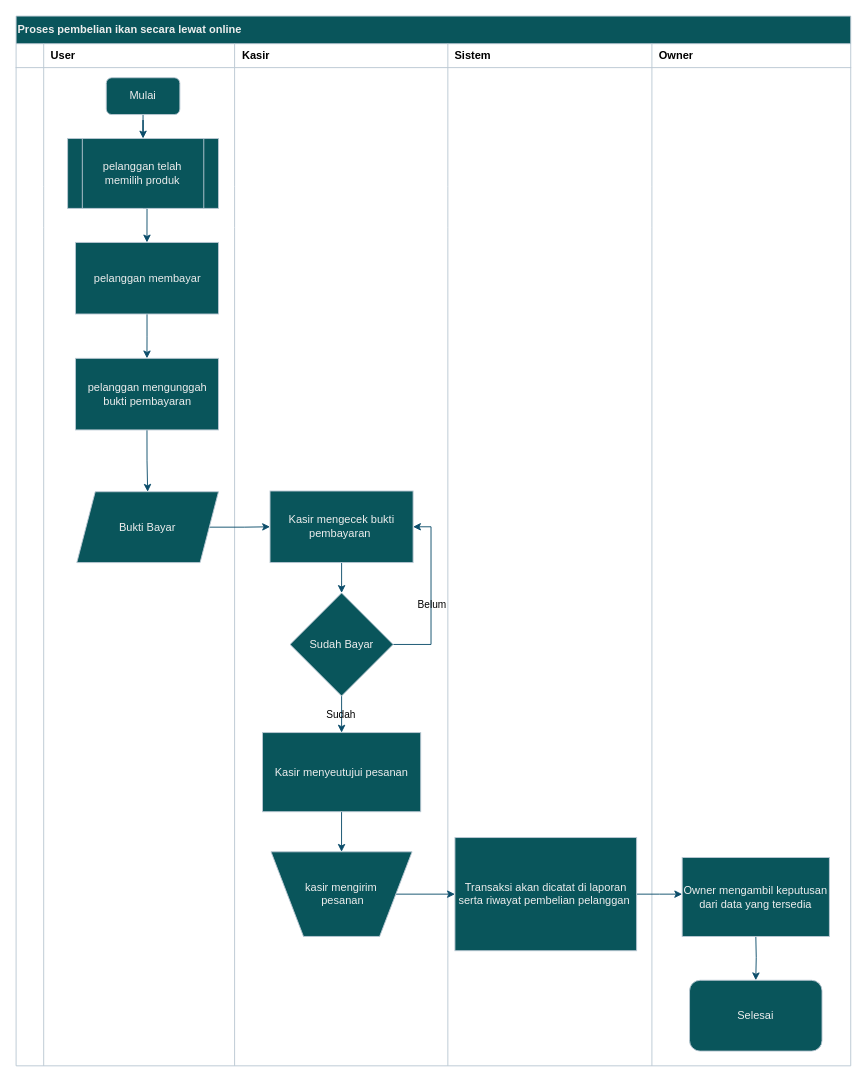
Above: beli onlien.drawio in shinoaaa/drawio (draw.io), before the change. Source tidied: cells renumbered, new cells numbered last; positions are measured from the earlier drawing's top-left corner, leaving out a move shared by most shapes. Both pictures are drawn from the tidied source at 92%, with x=0, y=0 at pixel (16, 16).
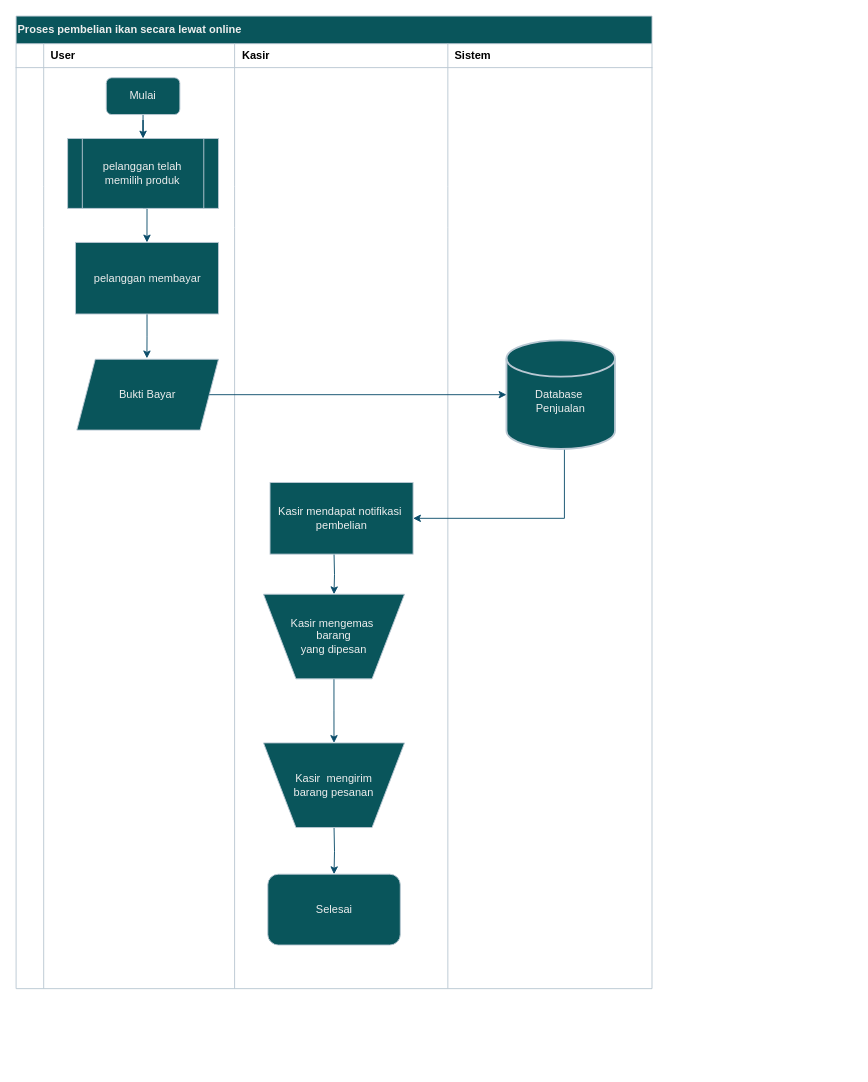
The same page after the edit.

The change refers to these unchanged cells:
```xml
<mxCell id="48" value="pelanggan membayar" style="rounded=0;whiteSpace=wrap;html=1;strokeColor=#BAC8D3;fontColor=#EEEEEE;fillColor=#09555B;labelBackgroundColor=none;" parent="1" vertex="1">
  <mxGeometry x="64.5" y="246" width="155.5" height="77.8" as="geometry" />
</mxCell>
```

The edit, as a diff of the source:
```diff
@@
     <mxCell id="2" value="Proses pembelian ikan secara lewat online" style="shape=table;startSize=30;childLayout=tableLayout;rowLines=0;fontStyle=1;align=left;html=1;strokeColor=#BAC8D3;fontColor=#EEEEEE;fillColor=#09555B;labelBackgroundColor=none;" parent="1" vertex="1">
-      <mxGeometry width="907.2" height="1141" as="geometry" />
+      <mxGeometry width="691.2" height="1057.1" as="geometry" />
     </mxCell>
     <mxCell id="3" style="shape=tableRow;horizontal=0;startSize=0;swimlaneHead=0;swimlaneBody=0;fillColor=none;top=0;left=0;right=0;bottom=1;strokeColor=#BAC8D3;fontColor=#EEEEEE;labelBackgroundColor=none;" parent="2" vertex="1">
-      <mxGeometry y="30" width="907.2" height="26" as="geometry" />
+      <mxGeometry y="30" width="691.2" height="26" as="geometry" />
     </mxCell>
@@
-    <mxCell id="8" value="&lt;font style=&quot;color: light-dark(rgb(0, 0, 0), rgb(0, 0, 0));&quot;&gt;Owner&lt;/font&gt;" style="shape=partialRectangle;fillColor=none;top=0;left=0;bottom=0;right=0;align=left;spacingLeft=6;fontStyle=1;overflow=hidden;whiteSpace=wrap;html=1;strokeColor=#BAC8D3;fontColor=#EEEEEE;labelBackgroundColor=none;" parent="3" vertex="1">
-      <mxGeometry x="691.2" width="216.1" height="26" as="geometry" />
-    </mxCell>
     <mxCell id="9" style="shape=tableRow;horizontal=0;startSize=0;swimlaneHead=0;swimlaneBody=0;fillColor=none;top=0;left=0;right=0;bottom=0;strokeColor=#BAC8D3;fontColor=#EEEEEE;labelBackgroundColor=none;" parent="2" vertex="1">
-      <mxGeometry y="56" width="907.2" height="129" as="geometry" />
+      <mxGeometry y="56" width="691.2" height="129" as="geometry" />
     </mxCell>
@@
-    <mxCell id="14" style="shape=partialRectangle;fillColor=none;top=0;left=0;bottom=0;right=0;align=left;spacingLeft=6;overflow=hidden;whiteSpace=wrap;html=1;strokeColor=#BAC8D3;fontColor=#EEEEEE;labelBackgroundColor=none;" parent="9" vertex="1">
-      <mxGeometry x="691.2" width="216.1" height="129" as="geometry" />
-    </mxCell>
     <mxCell id="15" style="shape=tableRow;horizontal=0;startSize=0;swimlaneHead=0;swimlaneBody=0;fillColor=none;top=0;left=0;right=0;bottom=0;strokeColor=#BAC8D3;fontColor=#EEEEEE;labelBackgroundColor=none;" parent="2" vertex="1">
-      <mxGeometry y="185" width="907.2" height="45" as="geometry" />
+      <mxGeometry y="185" width="691.2" height="45" as="geometry" />
     </mxCell>
@@
-    <mxCell id="20" style="shape=partialRectangle;fillColor=none;top=0;left=0;bottom=0;right=0;align=left;spacingLeft=6;overflow=hidden;whiteSpace=wrap;html=1;strokeColor=#BAC8D3;fontColor=#EEEEEE;labelBackgroundColor=none;" parent="15" vertex="1">
-      <mxGeometry x="691.2" width="216.1" height="45" as="geometry" />
-    </mxCell>
     <mxCell id="21" style="shape=tableRow;horizontal=0;startSize=0;swimlaneHead=0;swimlaneBody=0;fillColor=none;top=0;left=0;right=0;bottom=0;strokeColor=#BAC8D3;fontColor=#EEEEEE;labelBackgroundColor=none;" parent="2" vertex="1">
-      <mxGeometry y="230" width="907.2" height="911" as="geometry" />
+      <mxGeometry y="230" width="691.2" height="827" as="geometry" />
     </mxCell>
     <mxCell id="22" style="shape=partialRectangle;fillColor=none;top=0;left=0;bottom=0;right=0;overflow=hidden;whiteSpace=wrap;html=1;strokeColor=#BAC8D3;fontColor=#EEEEEE;labelBackgroundColor=none;" parent="21" vertex="1">
-      <mxGeometry width="30" height="911" as="geometry" />
+      <mxGeometry width="30" height="827" as="geometry" />
     </mxCell>
     <mxCell id="23" style="shape=partialRectangle;fillColor=none;top=0;left=0;bottom=0;right=0;align=left;spacingLeft=6;overflow=hidden;whiteSpace=wrap;html=1;strokeColor=#BAC8D3;fontColor=#EEEEEE;labelBackgroundColor=none;" parent="21" vertex="1">
-      <mxGeometry x="30" width="207.5" height="911" as="geometry" />
+      <mxGeometry x="30" width="207.5" height="827" as="geometry" />
     </mxCell>
     <mxCell id="24" style="shape=partialRectangle;fillColor=none;top=0;left=0;bottom=0;right=0;align=left;spacingLeft=6;overflow=hidden;whiteSpace=wrap;html=1;strokeColor=#BAC8D3;fontColor=#EEEEEE;labelBackgroundColor=none;" parent="21" vertex="1">
-      <mxGeometry x="237.5" width="231.8" height="911" as="geometry" />
+      <mxGeometry x="237.5" width="231.8" height="827" as="geometry" />
     </mxCell>
     <mxCell id="25" style="shape=partialRectangle;fillColor=none;top=0;left=0;bottom=0;right=0;align=left;spacingLeft=6;overflow=hidden;whiteSpace=wrap;html=1;strokeColor=#BAC8D3;fontColor=#EEEEEE;labelBackgroundColor=none;" parent="21" vertex="1">
-      <mxGeometry x="469.4" width="221.8" height="911" as="geometry" />
+      <mxGeometry x="469.4" width="221.8" height="827" as="geometry" />
     </mxCell>
-    <mxCell id="26" style="shape=partialRectangle;fillColor=none;top=0;left=0;bottom=0;right=0;align=left;spacingLeft=6;overflow=hidden;whiteSpace=wrap;html=1;strokeColor=#BAC8D3;fontColor=#EEEEEE;labelBackgroundColor=none;" parent="21" vertex="1">
-      <mxGeometry x="691.2" width="216.1" height="911" as="geometry" />
-    </mxCell>
@@
-    <mxCell id="30" style="edgeStyle=orthogonalEdgeStyle;rounded=0;jettySize=auto;html=1;entryX=0.5;entryY=0;entryDx=0;entryDy=0;strokeColor=#0B4D6A;labelBackgroundColor=none;fontColor=default;exitX=0.5;exitY=1;exitDx=0;exitDy=0;" parent="1" edge="1" source="49" target="32">
-      <mxGeometry relative="1" as="geometry" />
-    </mxCell>
-    <mxCell id="31" style="edgeStyle=orthogonalEdgeStyle;rounded=0;jettySize=auto;html=1;entryX=0;entryY=0.5;entryDx=0;entryDy=0;strokeColor=#0B4D6A;labelBackgroundColor=none;fontColor=default;" parent="1" edge="1" source="32" target="34">
-      <mxGeometry relative="1" as="geometry" />
-    </mxCell>
     <mxCell id="32" value="Bukti Bayar" style="shape=parallelogram;perimeter=parallelogramPerimeter;whiteSpace=wrap;html=1;fixedSize=1;strokeColor=#BAC8D3;fontColor=#EEEEEE;fillColor=#09555B;labelBackgroundColor=none;" parent="1" vertex="1">
-      <mxGeometry x="66" y="517" width="154" height="77" as="geometry" />
+      <mxGeometry x="66" y="373" width="154" height="77" as="geometry" />
     </mxCell>
-    <mxCell id="33" style="edgeStyle=orthogonalEdgeStyle;rounded=0;jettySize=auto;html=1;entryX=0.5;entryY=0;entryDx=0;entryDy=0;strokeColor=#0B4D6A;labelBackgroundColor=none;fontColor=default;" parent="1" edge="1" source="34" target="39">
-      <mxGeometry relative="1" as="geometry" />
-    </mxCell>
-    <mxCell id="34" value="Kasir mengecek bukti pembayaran&amp;nbsp;" style="rounded=0;whiteSpace=wrap;html=1;strokeColor=#BAC8D3;fontColor=#EEEEEE;fillColor=#09555B;labelBackgroundColor=none;" parent="1" vertex="1">
-      <mxGeometry x="276" y="516.2" width="155.5" height="77.8" as="geometry" />
-    </mxCell>
-    <mxCell id="35" style="edgeStyle=orthogonalEdgeStyle;rounded=0;jettySize=auto;html=1;entryX=1;entryY=0.5;entryDx=0;entryDy=0;strokeColor=#0B4D6A;labelBackgroundColor=none;fontColor=default;" parent="1" edge="1" source="39" target="34">
-      <mxGeometry relative="1" as="geometry">
-        <Array as="points">
-          <mxPoint x="451" y="683" />
-          <mxPoint x="451" y="555" />
-        </Array>
-      </mxGeometry>
-    </mxCell>
-    <mxCell id="36" value="&lt;font style=&quot;color: light-dark(rgb(0, 0, 0), rgb(4, 4, 4));&quot;&gt;Belum&lt;/font&gt;" style="edgeLabel;html=1;align=center;verticalAlign=middle;strokeColor=#BAC8D3;fontColor=#EEEEEE;fillColor=#09555B;labelBackgroundColor=none;" parent="35" vertex="1">
-      <mxGeometry x="-0.1" relative="1" as="geometry" />
-    </mxCell>
-    <mxCell id="37" style="edgeStyle=orthogonalEdgeStyle;rounded=0;jettySize=auto;html=1;entryX=0.5;entryY=0;entryDx=0;entryDy=0;strokeColor=#0B4D6A;labelBackgroundColor=none;fontColor=default;" parent="1" edge="1" source="39" target="41">
-      <mxGeometry relative="1" as="geometry" />
-    </mxCell>
-    <mxCell id="38" value="&lt;font style=&quot;color: light-dark(rgb(0, 0, 0), rgb(0, 0, 0));&quot;&gt;Sudah&lt;/font&gt;" style="edgeLabel;html=1;align=center;verticalAlign=middle;strokeColor=#BAC8D3;fontColor=#EEEEEE;fillColor=#09555B;labelBackgroundColor=none;" parent="37" vertex="1">
-      <mxGeometry x="-0.07" y="-1" relative="1" as="geometry" />
-    </mxCell>
-    <mxCell id="39" value="Sudah Bayar" style="rhombus;whiteSpace=wrap;html=1;strokeColor=#BAC8D3;fontColor=#EEEEEE;fillColor=#09555B;labelBackgroundColor=none;" parent="1" vertex="1">
-      <mxGeometry x="297.8" y="627" width="112" height="112" as="geometry" />
-    </mxCell>
-    <mxCell id="40" style="edgeStyle=orthogonalEdgeStyle;rounded=0;jettySize=auto;html=1;entryX=0.5;entryY=0;entryDx=0;entryDy=0;strokeColor=#0B4D6A;" parent="1" edge="1" source="41" target="51">
-      <mxGeometry relative="1" as="geometry" />
+    <mxCell id="40" style="edgeStyle=orthogonalEdgeStyle;rounded=0;jettySize=auto;html=1;entryX=0.5;entryY=0;entryDx=0;entryDy=0;strokeColor=#0B4D6A;labelBackgroundColor=none;fontColor=default;" parent="1" edge="1" target="51">
+      <mxGeometry relative="1" as="geometry">
+        <mxPoint x="345.6" y="584.8" as="sourcePoint" />
+      </mxGeometry>
     </mxCell>
-    <mxCell id="41" value="Kasir menyeutujui pesanan" style="rounded=0;whiteSpace=wrap;html=1;strokeColor=#BAC8D3;fontColor=#EEEEEE;fillColor=#09555B;labelBackgroundColor=none;" parent="1" vertex="1">
-      <mxGeometry x="267.8" y="778.8" width="172" height="86" as="geometry" />
-    </mxCell>
-    <mxCell id="42" style="edgeStyle=orthogonalEdgeStyle;rounded=0;jettySize=auto;html=1;entryX=0;entryY=0.5;entryDx=0;entryDy=0;strokeColor=#0B4D6A;" parent="1" edge="1" source="43">
-      <mxGeometry relative="1" as="geometry">
-        <mxPoint x="724" y="954.4" as="targetPoint" />
-      </mxGeometry>
-    </mxCell>
-    <mxCell id="43" value="Transaksi akan dicatat di laporan serta riwayat pembelian pelanggan&amp;nbsp;" style="rounded=0;whiteSpace=wrap;html=1;strokeColor=#BAC8D3;fontColor=#EEEEEE;fillColor=#09555B;labelBackgroundColor=none;" parent="1" vertex="1">
-      <mxGeometry x="477" y="892.9" width="197.5" height="123" as="geometry" />
-    </mxCell>
-    <mxCell id="44" style="edgeStyle=orthogonalEdgeStyle;rounded=0;jettySize=auto;html=1;entryX=0.5;entryY=0;entryDx=0;entryDy=0;strokeColor=#0B4D6A;" parent="1" edge="1" target="45">
+    <mxCell id="44" style="edgeStyle=orthogonalEdgeStyle;rounded=0;jettySize=auto;html=1;entryX=0.5;entryY=0;entryDx=0;entryDy=0;strokeColor=#0B4D6A;labelBackgroundColor=none;fontColor=default;" parent="1" edge="1" target="45">
       <mxGeometry relative="1" as="geometry">
-        <mxPoint x="804" y="997.3" as="sourcePoint" />
+        <mxPoint x="345.6" y="882" as="sourcePoint" />
       </mxGeometry>
     </mxCell>
     <mxCell id="45" value="Selesai" style="rounded=1;whiteSpace=wrap;html=1;strokeColor=#BAC8D3;fontColor=#EEEEEE;fillColor=#09555B;labelBackgroundColor=none;" parent="1" vertex="1">
-      <mxGeometry x="732" y="1048" width="144" height="77" as="geometry" />
+      <mxGeometry x="273.6" y="932.7" width="144" height="77" as="geometry" />
     </mxCell>
@@
-    <mxCell id="47" style="edgeStyle=orthogonalEdgeStyle;rounded=0;jettySize=auto;html=1;entryX=0.5;entryY=0;entryDx=0;entryDy=0;labelBackgroundColor=none;strokeColor=#0B4D6A;fontColor=default;" parent="1" edge="1" source="48" target="49">
-      <mxGeometry relative="1" as="geometry" />
+    <mxCell id="47" style="edgeStyle=orthogonalEdgeStyle;rounded=0;jettySize=auto;html=1;entryX=0.5;entryY=0;entryDx=0;entryDy=0;labelBackgroundColor=none;strokeColor=#0B4D6A;fontColor=default;" parent="1" edge="1" source="48">
+      <mxGeometry relative="1" as="geometry">
+        <mxPoint x="142.2" y="372" as="targetPoint" />
+      </mxGeometry>
     </mxCell>
@@
-    <mxCell id="49" value="pelanggan mengunggah bukti pembayaran" style="rounded=0;whiteSpace=wrap;html=1;strokeColor=#BAC8D3;fontColor=#EEEEEE;fillColor=#09555B;labelBackgroundColor=none;" parent="1" vertex="1">
-      <mxGeometry x="64.5" y="372" width="155.5" height="77.8" as="geometry" />
-    </mxCell>
-    <mxCell id="50" style="edgeStyle=orthogonalEdgeStyle;rounded=0;jettySize=auto;html=1;entryX=0;entryY=0.5;entryDx=0;entryDy=0;strokeColor=#0B4D6A;" parent="1" edge="1" source="51" target="43">
-      <mxGeometry relative="1" as="geometry" />
-    </mxCell>
+    <mxCell id="53" style="edgeStyle=orthogonalEdgeStyle;rounded=0;jettySize=auto;html=1;entryX=0.5;entryY=0;entryDx=0;entryDy=0;strokeColor=#0B4D6A;" parent="1" edge="1" source="51" target="58">
+      <mxGeometry relative="1" as="geometry" />
+    </mxCell>
-    <mxCell id="51" value="kasir mengirim&lt;div&gt;&amp;nbsp;pesanan&lt;/div&gt;" style="verticalLabelPosition=middle;verticalAlign=middle;html=1;shape=trapezoid;perimeter=trapezoidPerimeter;whiteSpace=wrap;size=0.23;arcSize=10;flipV=1;labelPosition=center;align=center;strokeColor=#BAC8D3;fontColor=#EEEEEE;fillColor=#09555B;" parent="1" vertex="1">
-      <mxGeometry x="277.1" y="908.4" width="153.3" height="92" as="geometry" />
+    <mxCell id="51" value="Kasir mengemas&amp;nbsp;&lt;div&gt;barang&lt;div&gt;yang dipesan&lt;/div&gt;&lt;/div&gt;" style="verticalLabelPosition=middle;verticalAlign=middle;html=1;shape=trapezoid;perimeter=trapezoidPerimeter;whiteSpace=wrap;size=0.23;arcSize=10;flipV=1;labelPosition=center;align=center;strokeColor=#BAC8D3;fontColor=#EEEEEE;fillColor=#09555B;labelBackgroundColor=none;" parent="1" vertex="1">
+      <mxGeometry x="268.9" y="628.4" width="153.3" height="92" as="geometry" />
     </mxCell>
-    <mxCell id="52" value="Owner mengambil keputusan dari data yang tersedia" style="rounded=0;whiteSpace=wrap;html=1;strokeColor=#BAC8D3;fontColor=#EEEEEE;fillColor=#09555B;labelBackgroundColor=none;" parent="1" vertex="1">
-      <mxGeometry x="724" y="914.6" width="160" height="85.8" as="geometry" />
-    </mxCell>
+    <mxCell id="54" style="edgeStyle=orthogonalEdgeStyle;rounded=0;jettySize=auto;html=1;entryX=1;entryY=0.5;entryDx=0;entryDy=0;strokeColor=#0B4D6A;" parent="1" edge="1" source="55" target="57">
+      <mxGeometry relative="1" as="geometry">
+        <Array as="points">
+          <mxPoint x="596" y="546" />
+        </Array>
+      </mxGeometry>
+    </mxCell>
+    <mxCell id="55" value="&lt;div&gt;&lt;br&gt;&lt;/div&gt;Database&amp;nbsp;&lt;div&gt;Penjualan&lt;/div&gt;" style="strokeWidth=2;html=1;shape=mxgraph.flowchart.database;whiteSpace=wrap;labelBackgroundColor=none;fillColor=#09555B;strokeColor=#BAC8D3;fontColor=#EEEEEE;" parent="1" vertex="1">
+      <mxGeometry x="533" y="352.5" width="118" height="118" as="geometry" />
+    </mxCell>
+    <mxCell id="56" style="edgeStyle=orthogonalEdgeStyle;rounded=0;jettySize=auto;html=1;entryX=0;entryY=0.5;entryDx=0;entryDy=0;entryPerimeter=0;strokeColor=#0B4D6A;" parent="1" edge="1" source="32" target="55">
+      <mxGeometry relative="1" as="geometry" />
+    </mxCell>
+    <mxCell id="57" value="Kasir mendapat notifikasi&amp;nbsp;&lt;div&gt;pembelian&lt;/div&gt;" style="rounded=0;whiteSpace=wrap;html=1;strokeColor=#BAC8D3;fontColor=#EEEEEE;fillColor=#09555B;labelBackgroundColor=none;" parent="1" vertex="1">
+      <mxGeometry x="276" y="507" width="155.5" height="77.8" as="geometry" />
+    </mxCell>
+    <mxCell id="58" value="Kasir&amp;nbsp; mengirim&lt;div&gt;barang pesanan&lt;/div&gt;" style="verticalLabelPosition=middle;verticalAlign=middle;html=1;shape=trapezoid;perimeter=trapezoidPerimeter;whiteSpace=wrap;size=0.23;arcSize=10;flipV=1;labelPosition=center;align=center;strokeColor=#BAC8D3;fontColor=#EEEEEE;fillColor=#09555B;labelBackgroundColor=none;" parent="1" vertex="1">
+      <mxGeometry x="268.9" y="790" width="153.3" height="92" as="geometry" />
+    </mxCell>
```
